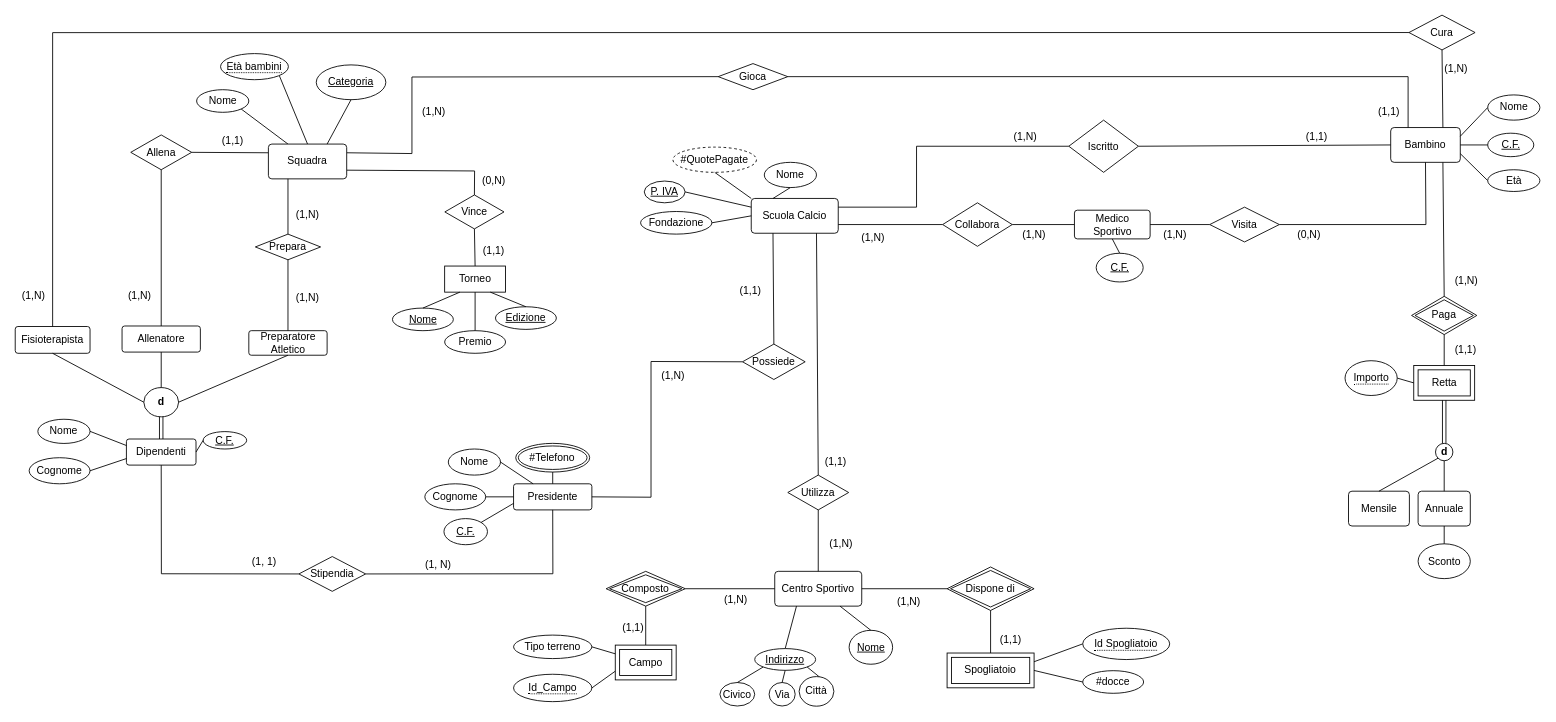
The draw.io diagram modelli/EER.drawio in YantCaccia/Progetto-Basi-di-Dati, before the edit. Source tidied: cells renumbered, new cells numbered last; positions are measured from the earlier drawing's top-left corner, leaving out a move shared by most shapes. Both pictures are drawn from the tidied source at 87%, with x=0, y=0 at pixel (15, 15).
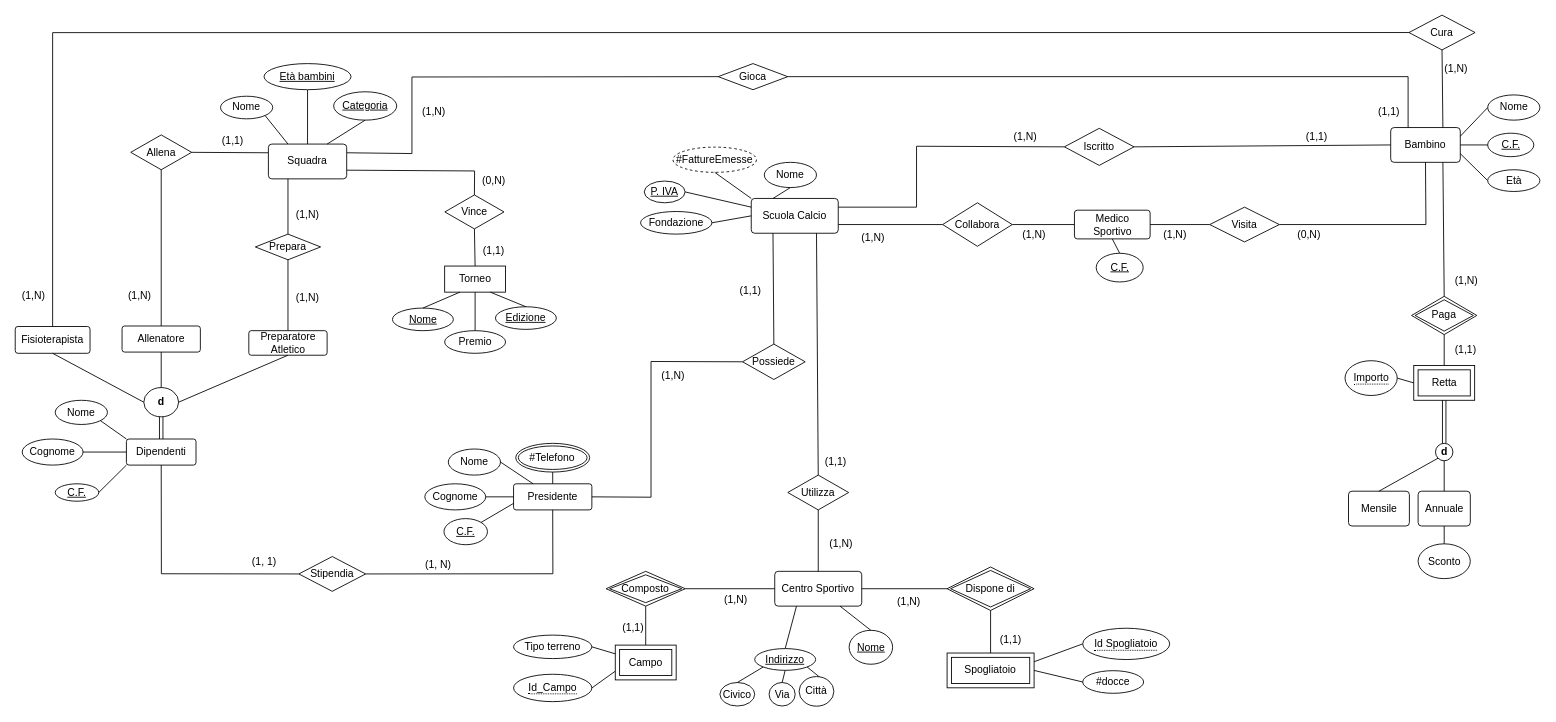
After the change.

The change refers to these unchanged cells:
```xml
<mxCell id="60" value="Dipendenti" style="rounded=1;arcSize=10;whiteSpace=wrap;html=1;align=center;" parent="1" vertex="1">
  <mxGeometry x="127.8" y="487.1" width="80" height="30" as="geometry" />
</mxCell>
<mxCell id="158" value="Squadra" style="rounded=1;arcSize=10;whiteSpace=wrap;html=1;align=center;" parent="1" vertex="1">
  <mxGeometry x="291" y="148.1" width="90" height="40" as="geometry" />
</mxCell>
```

The edit, as a diff of the source:
```diff
@@
     <mxCell id="22" value="&lt;div&gt;Iscritto&lt;/div&gt;" style="shape=rhombus;perimeter=rhombusPerimeter;whiteSpace=wrap;html=1;align=center;" parent="1" vertex="1">
-      <mxGeometry x="1211" y="120.6" width="80" height="60" as="geometry" />
+      <mxGeometry x="1206" y="130" width="80" height="42.6" as="geometry" />
     </mxCell>
@@
     <mxCell id="48" value="Nome" style="ellipse;whiteSpace=wrap;html=1;align=center;" parent="1" vertex="1">
-      <mxGeometry x="208.5" y="85.6" width="60" height="26" as="geometry" />
+      <mxGeometry x="236" y="93.1" width="60" height="26" as="geometry" />
     </mxCell>
@@
-    <mxCell id="50" style="endArrow=none;html=1;rounded=0;exitX=1;exitY=1;exitDx=0;exitDy=0;entryX=0.5;entryY=0;entryDx=0;entryDy=0;" parent="1" edge="1" source="134" target="158">
+    <mxCell id="50" style="endArrow=none;html=1;rounded=0;exitX=0.5;exitY=1;exitDx=0;exitDy=0;entryX=0.5;entryY=0;entryDx=0;entryDy=0;" parent="1" edge="1" source="134" target="158">
       <mxGeometry relative="1" as="geometry" />
     </mxCell>
@@
     <mxCell id="125" value="Cognome" style="ellipse;whiteSpace=wrap;html=1;align=center;" parent="1" vertex="1">
-      <mxGeometry x="16" y="508.6" width="70" height="30" as="geometry" />
+      <mxGeometry x="8" y="487.1" width="70" height="30" as="geometry" />
     </mxCell>
     <mxCell id="126" value="C.F." style="ellipse;whiteSpace=wrap;html=1;align=center;fontStyle=4;" parent="1" vertex="1">
-      <mxGeometry x="216" y="478.6" width="50" height="20" as="geometry" />
+      <mxGeometry x="46" y="538.6" width="50" height="20" as="geometry" />
     </mxCell>
     <mxCell id="127" value="Nome" style="ellipse;whiteSpace=wrap;html=1;align=center;" parent="1" vertex="1">
-      <mxGeometry x="26" y="464.4" width="60" height="27.8" as="geometry" />
+      <mxGeometry x="46" y="442.6" width="60" height="27.8" as="geometry" />
     </mxCell>
-    <mxCell id="128" style="endArrow=none;html=1;rounded=0;entryX=1;entryY=0.5;entryDx=0;entryDy=0;exitX=0;exitY=0.25;exitDx=0;exitDy=0;" parent="1" edge="1" source="60" target="127">
+    <mxCell id="128" style="endArrow=none;html=1;rounded=0;entryX=1;entryY=1;entryDx=0;entryDy=0;exitX=0;exitY=0;exitDx=0;exitDy=0;" parent="1" edge="1" source="60" target="127">
       <mxGeometry relative="1" as="geometry" />
     </mxCell>
-    <mxCell id="129" style="endArrow=none;html=1;rounded=0;entryX=1;entryY=0.5;entryDx=0;entryDy=0;exitX=0;exitY=0.75;exitDx=0;exitDy=0;" parent="1" edge="1" source="60" target="125">
+    <mxCell id="129" style="endArrow=none;html=1;rounded=0;entryX=1;entryY=0.5;entryDx=0;entryDy=0;exitX=0;exitY=0.5;exitDx=0;exitDy=0;" parent="1" edge="1" source="60" target="125">
       <mxGeometry relative="1" as="geometry" />
     </mxCell>
-    <mxCell id="130" style="endArrow=none;html=1;rounded=0;entryX=0;entryY=0.5;entryDx=0;entryDy=0;exitX=1;exitY=0.5;exitDx=0;exitDy=0;" parent="1" edge="1" source="60" target="126">
+    <mxCell id="130" style="endArrow=none;html=1;rounded=0;entryX=1;entryY=0.5;entryDx=0;entryDy=0;exitX=0;exitY=1;exitDx=0;exitDy=0;" parent="1" edge="1" source="60" target="126">
       <mxGeometry relative="1" as="geometry" />
     </mxCell>
@@
-    <mxCell id="133" value="#QuotePagate" style="ellipse;whiteSpace=wrap;html=1;align=center;dashed=1;" parent="1" vertex="1">
+    <mxCell id="133" value="#FattureEmesse" style="ellipse;whiteSpace=wrap;html=1;align=center;dashed=1;" parent="1" vertex="1">
       <mxGeometry x="756" y="151.6" width="96" height="29" as="geometry" />
     </mxCell>
-    <mxCell id="134" value="&lt;span style=&quot;border-bottom: 1px dotted&quot;&gt;Età bambini&lt;/span&gt;" style="ellipse;whiteSpace=wrap;html=1;align=center;" parent="1" vertex="1">
-      <mxGeometry x="236" y="44.1" width="78" height="30" as="geometry" />
-    </mxCell>
@@
     <mxCell id="161" value="Categoria" style="ellipse;whiteSpace=wrap;html=1;align=center;fontStyle=4;" parent="1" vertex="1">
-      <mxGeometry x="346" y="57.1" width="80" height="40" as="geometry" />
+      <mxGeometry x="366" y="88" width="72.5" height="32.6" as="geometry" />
     </mxCell>
@@
+    <mxCell id="134" value="Età bambini" style="ellipse;whiteSpace=wrap;html=1;align=center;fontStyle=4;" parent="1" vertex="1">
+      <mxGeometry x="286" y="55.6" width="100" height="30" as="geometry" />
+    </mxCell>
```
